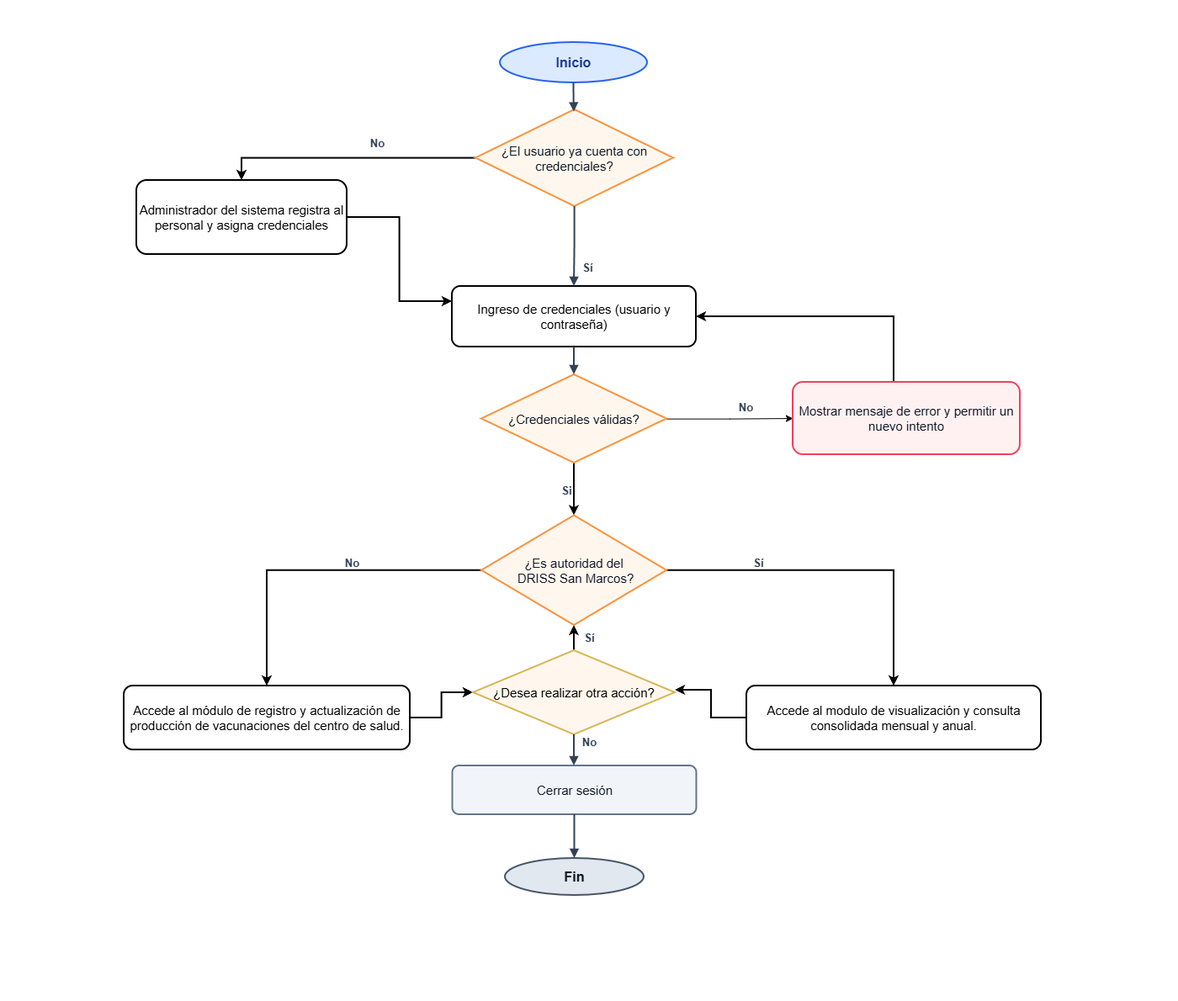
The draw.io diagram Diagramas/diagrama_flujo_vacunas.drawio.png in WishoSz/PropuestaProyectoDeCarrera, before a commit. Source tidied: cells renumbered, new cells last; positions are measured from the earlier drawing's top-left corner, leaving out a move shared by most shapes.
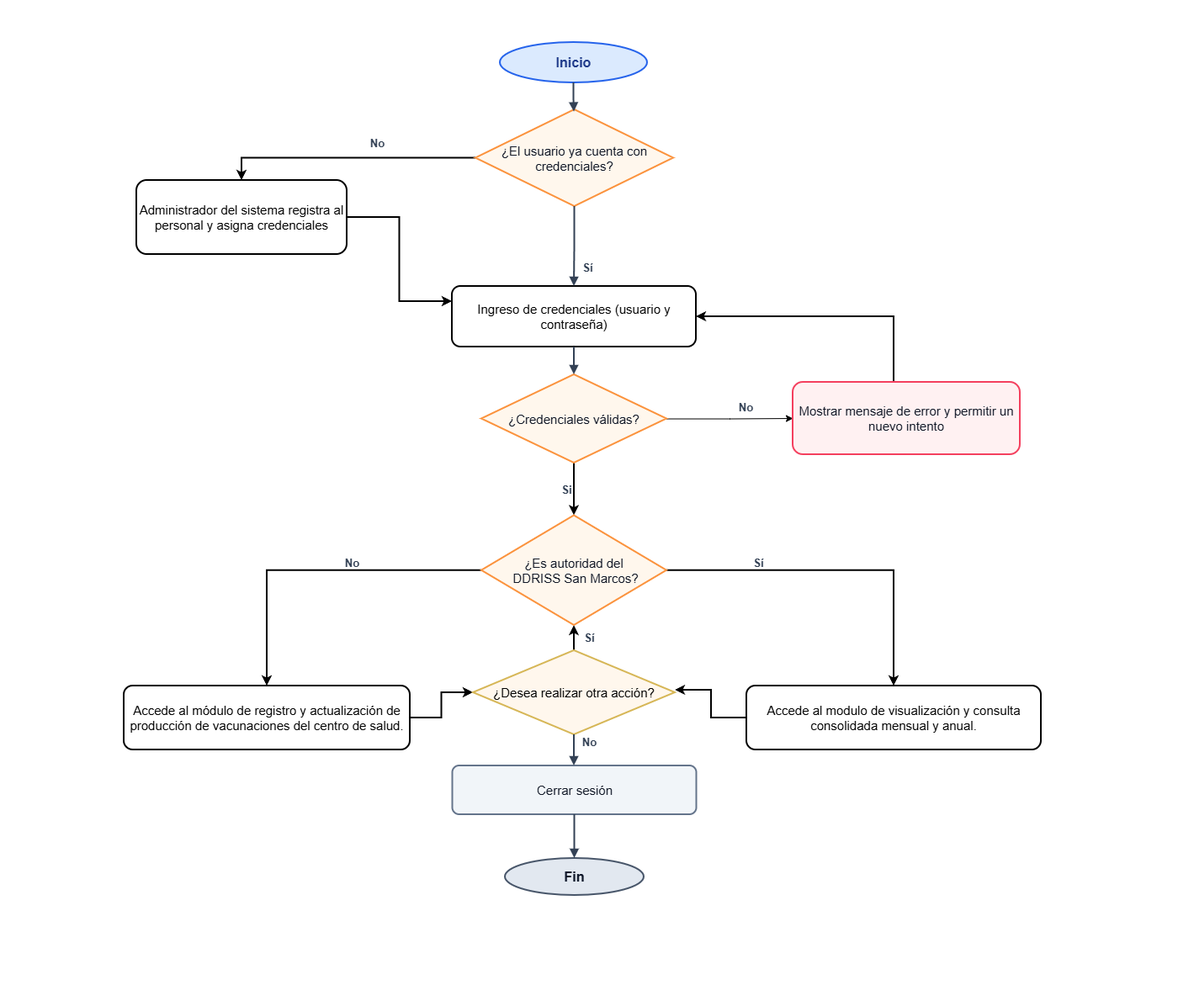
After the commit.

Commit message:
Actualice el DRISS por DDRISS

What changed in the source:
```diff
@@ -20,10 +20,10 @@
     <mxCell id="7" style="edgeStyle=orthogonalEdgeStyle;rounded=0;jettySize=auto;html=1;entryX=0;entryY=0.5;entryDx=0;entryDy=0;" parent="1" edge="1" source="10" target="16">
       <mxGeometry relative="1" as="geometry" />
     </mxCell>
-    <mxCell id="8" style="edgeStyle=orthogonalEdgeStyle;rounded=0;jettySize=auto;html=1;strokeWidth=2;" parent="1" edge="1" source="10" target="35">
-      <mxGeometry relative="1" as="geometry" />
-    </mxCell>
+    <mxCell id="38" style="edgeStyle=orthogonalEdgeStyle;rounded=0;jettySize=auto;html=1;strokeWidth=2;" parent="1" edge="1" source="10" target="42">
+      <mxGeometry relative="1" as="geometry" />
+    </mxCell>
-    <mxCell id="9" value="Si" style="edgeLabel;html=1;align=center;verticalAlign=middle;fontSize=13;fontFamily=Helvetica;fontColor=#334155;fontStyle=1;" parent="8" vertex="1">
+    <mxCell id="9" value="Si" style="edgeLabel;html=1;align=center;verticalAlign=middle;fontSize=13;fontFamily=Helvetica;fontColor=#334155;fontStyle=1;" parent="38" vertex="1">
       <mxGeometry x="-0.38" y="-2" relative="1" as="geometry">
         <mxPoint x="-8" y="12" as="offset" />
       </mxGeometry>
@@ -62,9 +62,9 @@
     <mxCell id="19" value="Accede al modulo de visualización y consulta consolidada mensual y anual." style="rounded=1;whiteSpace=wrap;html=1;arcSize=14;strokeWidth=2;fontSize=15;align=center;verticalAlign=middle;" parent="1" vertex="1">
       <mxGeometry x="887" y="815" width="350" height="76" as="geometry" />
     </mxCell>
-    <mxCell id="20" style="edgeStyle=orthogonalEdgeStyle;rounded=0;jettySize=auto;html=1;strokeWidth=2;" parent="1" edge="1" source="21" target="35">
-      <mxGeometry relative="1" as="geometry" />
-    </mxCell>
+    <mxCell id="39" style="edgeStyle=orthogonalEdgeStyle;rounded=0;jettySize=auto;html=1;strokeWidth=2;" parent="1" edge="1" source="21" target="42">
+      <mxGeometry relative="1" as="geometry" />
+    </mxCell>
     <mxCell id="21" value="¿Desea realizar otra acción?" style="rhombus;whiteSpace=wrap;html=1;strokeWidth=2;strokeColor=#d6b656;fillColor=#FFF7ED;fontSize=15;align=center;verticalAlign=middle;" parent="1" vertex="1">
       <mxGeometry x="562" y="773" width="240" height="100" as="geometry" />
     </mxCell>
@@ -106,20 +106,20 @@
     <mxCell id="32" value="No" style="text;html=1;strokeColor=none;fillColor=none;align=center;verticalAlign=middle;fontSize=13;fontStyle=1;fontColor=#334155;" parent="1" vertex="1">
       <mxGeometry x="686" y="873" width="28" height="18" as="geometry" />
     </mxCell>
-    <mxCell id="33" style="edgeStyle=orthogonalEdgeStyle;rounded=0;jettySize=auto;html=1;strokeWidth=2;" parent="1" edge="1" source="35" target="18">
-      <mxGeometry relative="1" as="geometry" />
-    </mxCell>
-    <mxCell id="34" style="edgeStyle=orthogonalEdgeStyle;rounded=0;jettySize=auto;html=1;entryX=0.5;entryY=0;entryDx=0;entryDy=0;strokeWidth=2;" parent="1" edge="1" source="35" target="19">
-      <mxGeometry relative="1" as="geometry" />
-    </mxCell>
-    <mxCell id="35" value="¿Es autoridad del&lt;div&gt;&amp;nbsp;DRISS San Marcos?&lt;/div&gt;" style="rhombus;whiteSpace=wrap;html=1;strokeWidth=2;strokeColor=#fb923c;fillColor=#fff7ed;fontSize=15;fontColor=#111827;align=center;verticalAlign=middle;" parent="1" vertex="1">
-      <mxGeometry x="572" y="612.5" width="220" height="130.5" as="geometry" />
-    </mxCell>
-    <mxCell id="36" style="edgeStyle=orthogonalEdgeStyle;rounded=0;jettySize=auto;html=1;strokeWidth=2;" parent="1" edge="1" source="19">
-      <mxGeometry relative="1" as="geometry">
-        <mxPoint x="802" y="820" as="targetPoint" />
-      </mxGeometry>
-    </mxCell>
+    <mxCell id="40" style="edgeStyle=orthogonalEdgeStyle;rounded=0;jettySize=auto;html=1;strokeWidth=2;" parent="1" edge="1" source="42" target="18">
+      <mxGeometry relative="1" as="geometry" />
+    </mxCell>
+    <mxCell id="41" style="edgeStyle=orthogonalEdgeStyle;rounded=0;jettySize=auto;html=1;entryX=0.5;entryY=0;entryDx=0;entryDy=0;strokeWidth=2;" parent="1" edge="1" source="42" target="19">
+      <mxGeometry relative="1" as="geometry" />
+    </mxCell>
+    <mxCell id="42" value="¿Es autoridad del&lt;div&gt;&amp;nbsp;DDRISS San Marcos?&lt;/div&gt;" style="rhombus;whiteSpace=wrap;html=1;strokeWidth=2;strokeColor=#fb923c;fillColor=#fff7ed;fontSize=15;fontColor=#111827;align=center;verticalAlign=middle;" parent="1" vertex="1">
+      <mxGeometry x="572" y="612.5" width="220" height="130.5" as="geometry" />
+    </mxCell>
+    <mxCell id="43" style="edgeStyle=orthogonalEdgeStyle;rounded=0;jettySize=auto;html=1;strokeWidth=2;" parent="1" edge="1" source="19">
+      <mxGeometry relative="1" as="geometry">
+        <mxPoint x="802" y="820" as="targetPoint" />
+      </mxGeometry>
+    </mxCell>
     <mxCell id="37" value="Sí" style="text;html=1;strokeColor=none;fillColor=none;align=center;verticalAlign=middle;fontSize=13;fontStyle=1;fontColor=#334155;" parent="1" vertex="1">
       <mxGeometry x="686" y="749" width="28" height="18" as="geometry" />
     </mxCell>
```
